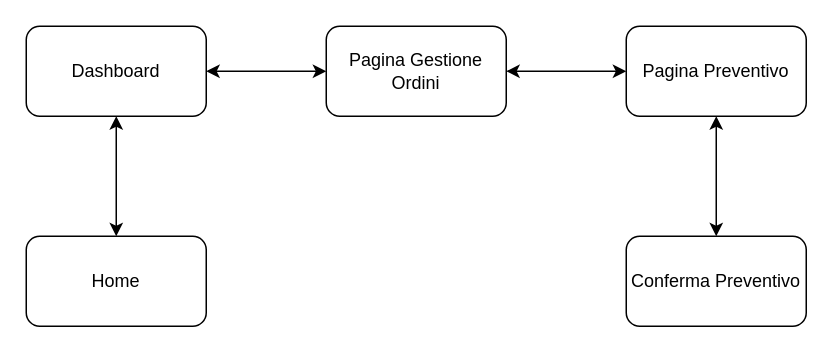
Above: Documents/Requirement Analysis Document/Review/Seconda Parte/Nav path/Sorgenti/RF4-5.drawio in dariodidario/EasyLease (draw.io), before the change. Source tidied: cells renumbered, new cells numbered last; positions are measured from the earlier drawing's top-left corner, leaving out a move shared by most shapes. Both pictures are drawn from the tidied source at 150%, with x=0, y=0 at pixel (26, 26).
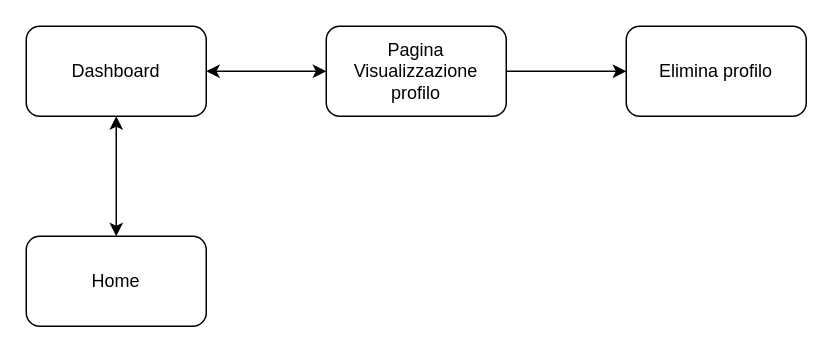
The same page after the edit.

What changed in the source:
```diff
@@
 <mxGraphModel>
   <root>
     <mxCell id="0" />
     <mxCell id="1" parent="0" />
     <mxCell id="2" value="Home" style="rounded=1;whiteSpace=wrap;html=1;" parent="1" vertex="1">
       <mxGeometry y="140" width="120" height="60" as="geometry" />
     </mxCell>
     <mxCell id="3" value="Dashboard" style="whiteSpace=wrap;html=1;rounded=1;" parent="1" vertex="1">
       <mxGeometry width="120" height="60" as="geometry" />
     </mxCell>
     <mxCell id="4" style="endArrow=classic;startArrow=classic;html=1;entryX=0.5;entryY=1;entryDx=0;entryDy=0;exitX=0.5;exitY=0;exitDx=0;exitDy=0;" parent="1" edge="1" source="2" target="3">
       <mxGeometry relative="1" as="geometry" />
     </mxCell>
+    <mxCell id="11" style="edgeStyle=orthogonalEdgeStyle;rounded=0;jettySize=auto;html=1;" parent="1" edge="1" source="5" target="12">
+      <mxGeometry relative="1" as="geometry" />
+    </mxCell>
-    <mxCell id="5" value="Pagina Gestione Ordini" style="whiteSpace=wrap;html=1;rounded=1;" parent="1" vertex="1">
+    <mxCell id="5" value="Pagina Visualizzazione profilo" style="whiteSpace=wrap;html=1;rounded=1;" parent="1" vertex="1">
       <mxGeometry x="200" width="120" height="60" as="geometry" />
     </mxCell>
     <mxCell id="6" style="endArrow=classic;startArrow=classic;html=1;entryX=0;entryY=0.5;entryDx=0;entryDy=0;exitX=1;exitY=0.5;exitDx=0;exitDy=0;" parent="1" edge="1" source="3" target="5">
       <mxGeometry relative="1" as="geometry" />
     </mxCell>
-    <mxCell id="7" value="Pagina Preventivo" style="whiteSpace=wrap;html=1;rounded=1;" parent="1" vertex="1">
-      <mxGeometry x="400" width="120" height="60" as="geometry" />
-    </mxCell>
-    <mxCell id="8" value="Conferma Preventivo" style="whiteSpace=wrap;html=1;rounded=1;" parent="1" vertex="1">
-      <mxGeometry x="400" y="140" width="120" height="60" as="geometry" />
-    </mxCell>
-    <mxCell id="9" style="endArrow=classic;startArrow=classic;html=1;entryX=0;entryY=0.5;entryDx=0;entryDy=0;exitX=1;exitY=0.5;exitDx=0;exitDy=0;" parent="1" edge="1" source="5" target="7">
-      <mxGeometry relative="1" as="geometry" />
-    </mxCell>
-    <mxCell id="10" style="endArrow=classic;startArrow=classic;html=1;entryX=0.5;entryY=1;entryDx=0;entryDy=0;exitX=0.5;exitY=0;exitDx=0;exitDy=0;" parent="1" edge="1" source="8" target="7">
-      <mxGeometry relative="1" as="geometry" />
-    </mxCell>
+    <mxCell id="12" value="Elimina profilo" style="whiteSpace=wrap;html=1;rounded=1;" parent="1" vertex="1">
+      <mxGeometry x="400" width="120" height="60" as="geometry" />
+    </mxCell>
   </root>
 </mxGraphModel>
```
